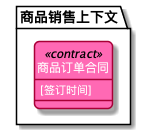
Above: images/hello_word_diagram.png in behring/8x-flow-diagram (PlantUML), before the change.
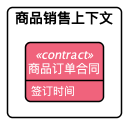
After the commit.

What changed in the source:
```diff
@@ -1,14 +1,20 @@
 @startuml
-skinparam classFontColor White
-skinparam classAttributeFontColor White
+skinparam class {
+   BorderColor black
+   FontColor White
+   AttributeFontColor White
+   StereotypeFontColor White
+}
+skinparam defaultTextAlignment center
+skinparam style strictuml
 skinparam roundCorner 10
-hide circle
-        package 商品销售上下文 {
-class 商品订单合同
+hide empty members
+        rectangle 商品销售上下文 {
+class 商品订单合同 #transparent
 }
 
-class 商品订单合同<<contract>> #HotPink{
-    [签订时间]
+class 商品订单合同 <<contract>> #F0637C{
+    签订时间
 
 
 }
```
